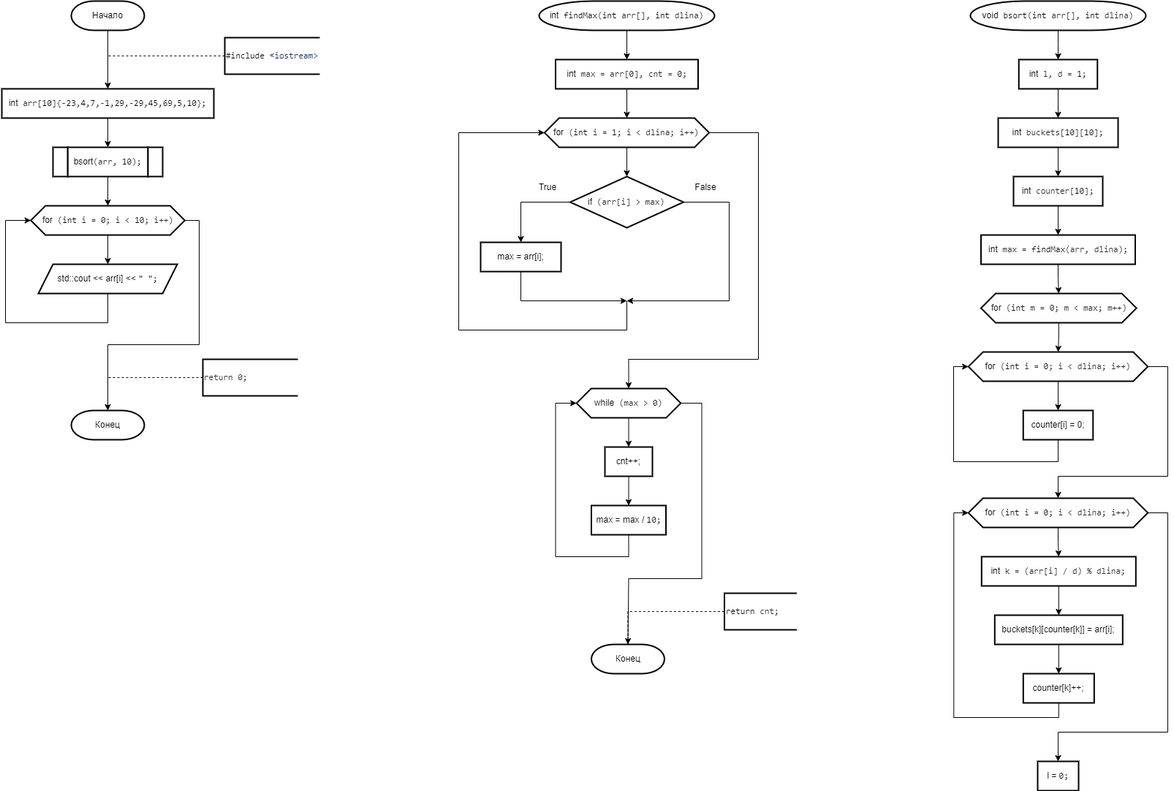
Above: 2 Семестр/Labs/№9 Сложные сортировки быстрая (Хоара), слиянием, подсчетом, блочная, Шелла/Блочная.png in IlyaFedoseev227/LABS-PNRPU-IVT-22-1b (draw.io), before the change. Source tidied: cells renumbered, new cells last; positions are measured from the earlier drawing's top-left corner, leaving out a move shared by most shapes.
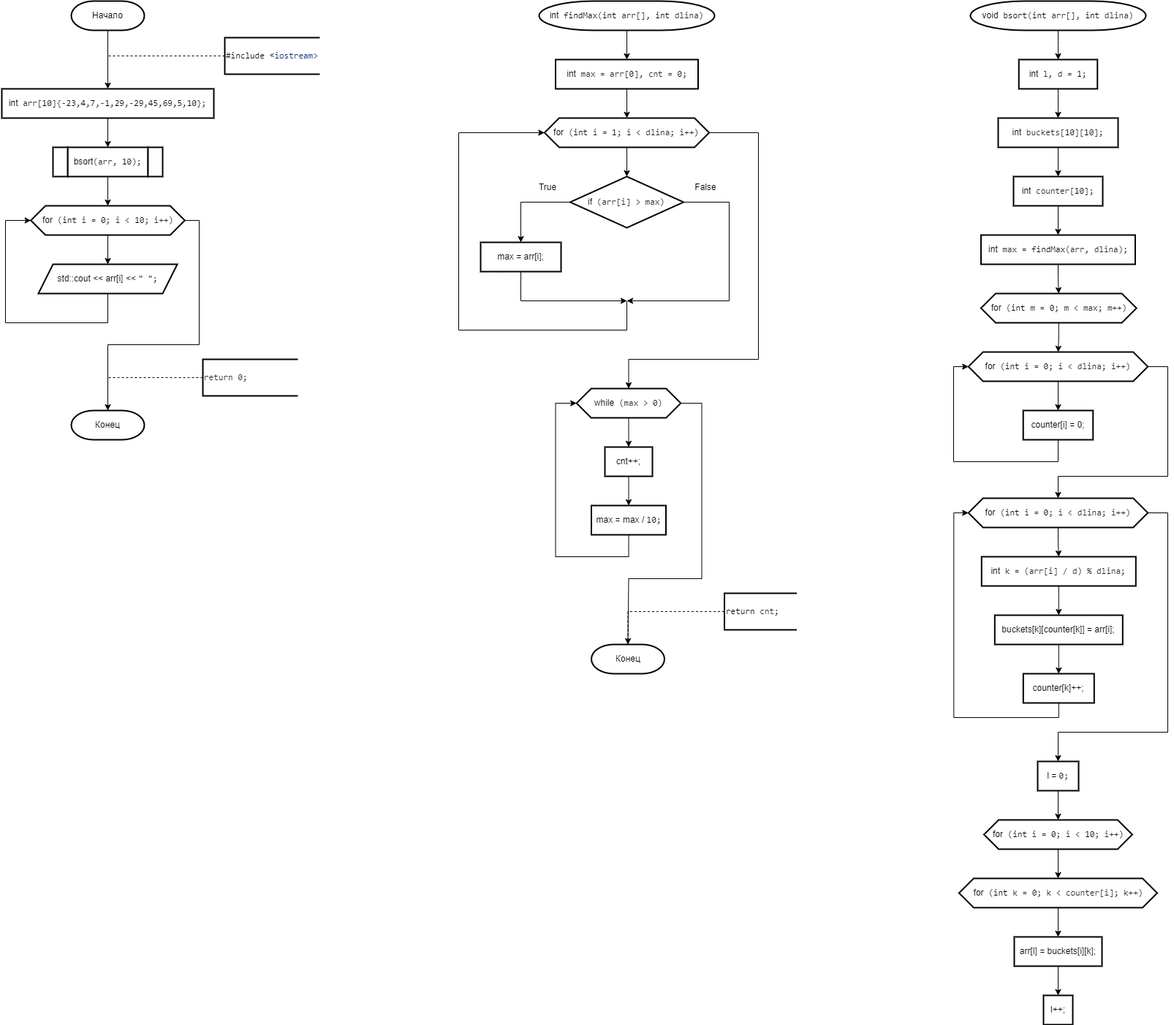
Above is the later version.

Change to the diagram source:
```diff
@@ -287,8 +287,32 @@
     <mxCell id="70" value="counter[k]++;" style="shape=parallelogram;perimeter=parallelogramPerimeter;whiteSpace=wrap;html=1;fixedSize=1;strokeWidth=2;size=-6;" parent="1" vertex="1">
       <mxGeometry x="1397.3" y="920" width="97" height="40" as="geometry" />
     </mxCell>
+    <mxCell id="72" style="edgeStyle=orthogonalEdgeStyle;rounded=0;jettySize=auto;html=1;exitX=0.5;exitY=1;exitDx=0;exitDy=0;entryX=0.5;entryY=0;entryDx=0;entryDy=0;" parent="1" edge="1" source="71" target="74">
+      <mxGeometry relative="1" as="geometry" />
+    </mxCell>
     <mxCell id="71" value="l = &lt;span style=&quot;box-sizing: border-box; color: var(--color-prettylights-syntax-constant); font-family: ui-monospace, SFMono-Regular, &amp;quot;SF Mono&amp;quot;, Menlo, Consolas, &amp;quot;Liberation Mono&amp;quot;, monospace; text-align: start; background-color: rgb(255, 255, 255);&quot; class=&quot;pl-c1&quot;&gt;0&lt;/span&gt;&lt;span style=&quot;color: rgb(36, 41, 47); font-family: ui-monospace, SFMono-Regular, &amp;quot;SF Mono&amp;quot;, Menlo, Consolas, &amp;quot;Liberation Mono&amp;quot;, monospace; text-align: start; background-color: rgb(255, 255, 255);&quot;&gt;;&lt;/span&gt;" style="shape=parallelogram;perimeter=parallelogramPerimeter;whiteSpace=wrap;html=1;fixedSize=1;strokeWidth=2;size=-6;" parent="1" vertex="1">
       <mxGeometry x="1417" y="1040" width="56" height="40" as="geometry" />
     </mxCell>
+    <mxCell id="73" style="edgeStyle=orthogonalEdgeStyle;rounded=0;jettySize=auto;html=1;exitX=0.5;exitY=1;exitDx=0;exitDy=0;" parent="1" edge="1" source="74" target="76">
+      <mxGeometry relative="1" as="geometry" />
+    </mxCell>
+    <mxCell id="74" value="&lt;div style=&quot;text-align: start;&quot;&gt;for&lt;span style=&quot;color: rgb(36, 41, 47); font-family: ui-monospace, SFMono-Regular, &amp;quot;SF Mono&amp;quot;, Menlo, Consolas, &amp;quot;Liberation Mono&amp;quot;, monospace; background-color: rgb(255, 255, 255);&quot;&gt; (&lt;/span&gt;&lt;span style=&quot;box-sizing: border-box; color: var(--color-prettylights-syntax-keyword); font-family: ui-monospace, SFMono-Regular, &amp;quot;SF Mono&amp;quot;, Menlo, Consolas, &amp;quot;Liberation Mono&amp;quot;, monospace; background-color: rgb(255, 255, 255);&quot; class=&quot;pl-k&quot;&gt;int&lt;/span&gt;&lt;span style=&quot;color: rgb(36, 41, 47); font-family: ui-monospace, SFMono-Regular, &amp;quot;SF Mono&amp;quot;, Menlo, Consolas, &amp;quot;Liberation Mono&amp;quot;, monospace; background-color: rgb(255, 255, 255);&quot;&gt; i = &lt;/span&gt;&lt;span style=&quot;box-sizing: border-box; color: var(--color-prettylights-syntax-constant); font-family: ui-monospace, SFMono-Regular, &amp;quot;SF Mono&amp;quot;, Menlo, Consolas, &amp;quot;Liberation Mono&amp;quot;, monospace; background-color: rgb(255, 255, 255);&quot; class=&quot;pl-c1&quot;&gt;0&lt;/span&gt;&lt;span style=&quot;color: rgb(36, 41, 47); font-family: ui-monospace, SFMono-Regular, &amp;quot;SF Mono&amp;quot;, Menlo, Consolas, &amp;quot;Liberation Mono&amp;quot;, monospace; background-color: rgb(255, 255, 255);&quot;&gt;; i &amp;lt; &lt;/span&gt;&lt;span style=&quot;box-sizing: border-box; color: var(--color-prettylights-syntax-constant); font-family: ui-monospace, SFMono-Regular, &amp;quot;SF Mono&amp;quot;, Menlo, Consolas, &amp;quot;Liberation Mono&amp;quot;, monospace; background-color: rgb(255, 255, 255);&quot; class=&quot;pl-c1&quot;&gt;10&lt;/span&gt;&lt;span style=&quot;color: rgb(36, 41, 47); font-family: ui-monospace, SFMono-Regular, &amp;quot;SF Mono&amp;quot;, Menlo, Consolas, &amp;quot;Liberation Mono&amp;quot;, monospace; background-color: rgb(255, 255, 255);&quot;&gt;; i++)&lt;/span&gt;&lt;br&gt;&lt;/div&gt;" style="shape=hexagon;perimeter=hexagonPerimeter2;whiteSpace=wrap;html=1;fixedSize=1;strokeWidth=2;" parent="1" vertex="1">
+      <mxGeometry x="1343.6" y="1120" width="202.8" height="40" as="geometry" />
+    </mxCell>
+    <mxCell id="75" style="edgeStyle=orthogonalEdgeStyle;rounded=0;jettySize=auto;html=1;exitX=0.5;exitY=1;exitDx=0;exitDy=0;entryX=0.5;entryY=0;entryDx=0;entryDy=0;" parent="1" edge="1" source="76" target="78">
+      <mxGeometry relative="1" as="geometry" />
+    </mxCell>
+    <mxCell id="76" value="&lt;div style=&quot;text-align: start;&quot;&gt;for&lt;span style=&quot;color: rgb(36, 41, 47); font-family: ui-monospace, SFMono-Regular, &amp;quot;SF Mono&amp;quot;, Menlo, Consolas, &amp;quot;Liberation Mono&amp;quot;, monospace; background-color: rgb(255, 255, 255);&quot;&gt; (&lt;/span&gt;&lt;span style=&quot;box-sizing: border-box; color: var(--color-prettylights-syntax-keyword); font-family: ui-monospace, SFMono-Regular, &amp;quot;SF Mono&amp;quot;, Menlo, Consolas, &amp;quot;Liberation Mono&amp;quot;, monospace; background-color: rgb(255, 255, 255);&quot; class=&quot;pl-k&quot;&gt;int&lt;/span&gt;&lt;span style=&quot;color: rgb(36, 41, 47); font-family: ui-monospace, SFMono-Regular, &amp;quot;SF Mono&amp;quot;, Menlo, Consolas, &amp;quot;Liberation Mono&amp;quot;, monospace; background-color: rgb(255, 255, 255);&quot;&gt; k = &lt;/span&gt;&lt;span style=&quot;box-sizing: border-box; color: var(--color-prettylights-syntax-constant); font-family: ui-monospace, SFMono-Regular, &amp;quot;SF Mono&amp;quot;, Menlo, Consolas, &amp;quot;Liberation Mono&amp;quot;, monospace; background-color: rgb(255, 255, 255);&quot; class=&quot;pl-c1&quot;&gt;0&lt;/span&gt;&lt;span style=&quot;color: rgb(36, 41, 47); font-family: ui-monospace, SFMono-Regular, &amp;quot;SF Mono&amp;quot;, Menlo, Consolas, &amp;quot;Liberation Mono&amp;quot;, monospace; background-color: rgb(255, 255, 255);&quot;&gt;; k &amp;lt; counter[i]; k++)&lt;/span&gt;&lt;br&gt;&lt;/div&gt;" style="shape=hexagon;perimeter=hexagonPerimeter2;whiteSpace=wrap;html=1;fixedSize=1;strokeWidth=2;" parent="1" vertex="1">
+      <mxGeometry x="1309.5" y="1200" width="271" height="40" as="geometry" />
+    </mxCell>
+    <mxCell id="77" style="edgeStyle=orthogonalEdgeStyle;rounded=0;jettySize=auto;html=1;exitX=0.5;exitY=1;exitDx=0;exitDy=0;entryX=0.5;entryY=0;entryDx=0;entryDy=0;" parent="1" edge="1" source="78" target="79">
+      <mxGeometry relative="1" as="geometry" />
+    </mxCell>
+    <mxCell id="78" value="arr[l] = buckets[i][k];" style="shape=parallelogram;perimeter=parallelogramPerimeter;whiteSpace=wrap;html=1;fixedSize=1;strokeWidth=2;size=-6;" parent="1" vertex="1">
+      <mxGeometry x="1385" y="1280" width="120" height="40" as="geometry" />
+    </mxCell>
+    <mxCell id="79" value="l++;" style="shape=parallelogram;perimeter=parallelogramPerimeter;whiteSpace=wrap;html=1;fixedSize=1;strokeWidth=2;size=-6;" parent="1" vertex="1">
+      <mxGeometry x="1425" y="1360" width="40" height="40" as="geometry" />
+    </mxCell>
   </root>
 </mxGraphModel>
```
